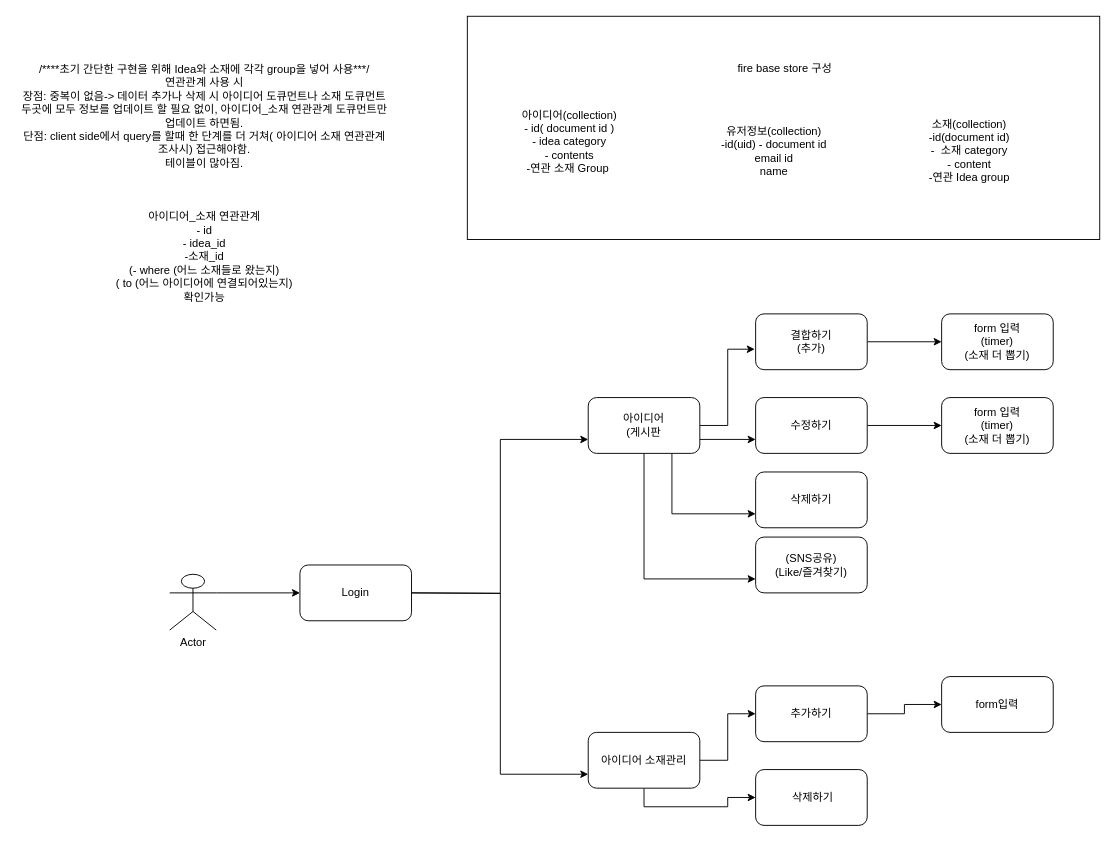
Before: UML.drawio in bsjeon87/brainStorm, a draw.io diagram. Source tidied: cells renumbered, new cells numbered last; positions are measured from the earlier drawing's top-left corner, leaving out a move shared by most shapes. Both pictures are drawn from the tidied source at 93%, with x=0, y=0 at pixel (16, 16).
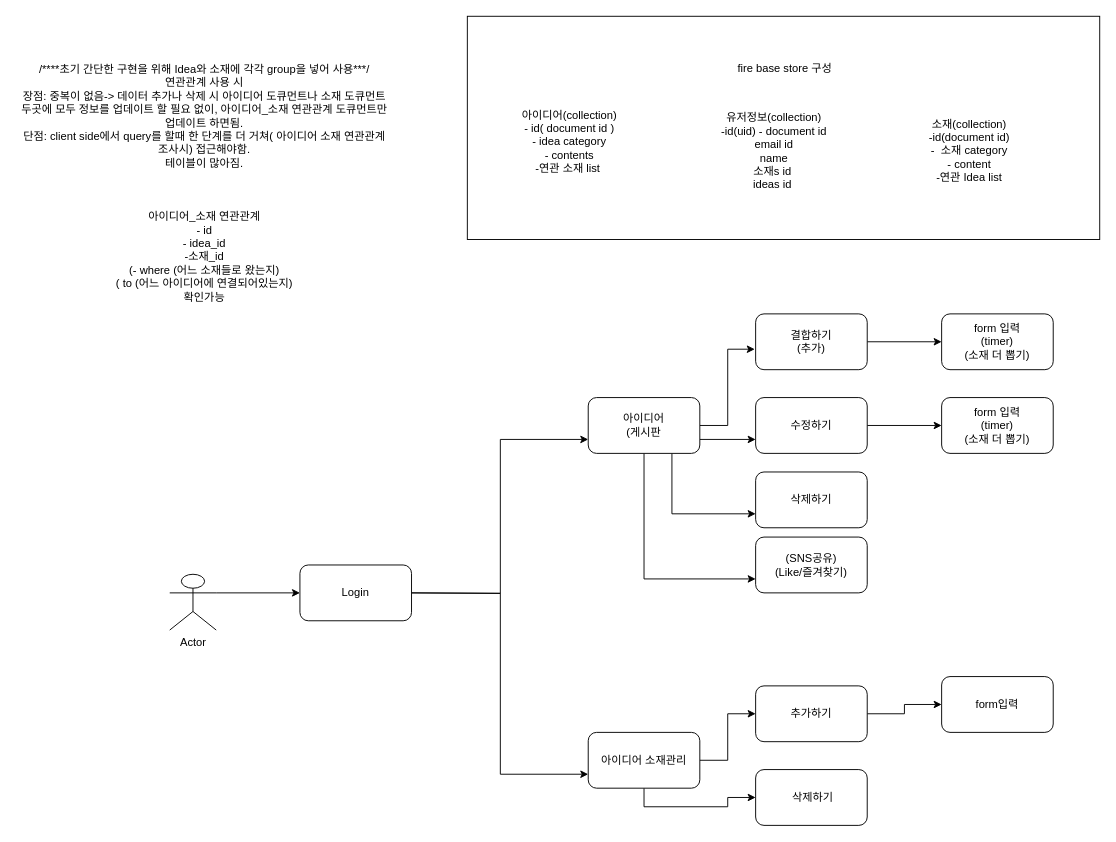
The same diagram, later.

Commit message:
updated firestore uml

The change refers to these unchanged cells:
```xml
<mxCell id="28" style="group;" parent="1" vertex="1">
  <mxGeometry x="485" width="680" height="240" as="geometry" />
</mxCell>
```

Change to the diagram source:
```diff
@@
-    <mxCell id="30" value="아이디어(collection)&lt;br&gt;- id( document id )&lt;br&gt;- idea category&lt;br&gt;- contents&lt;br&gt;-연관 소재 Group&amp;nbsp;" style="text;html=1;strokeColor=none;fillColor=none;align=center;verticalAlign=middle;whiteSpace=wrap;rounded=0;" parent="28" vertex="1">
+    <mxCell id="30" value="아이디어(collection)&lt;br&gt;- id( document id )&lt;br&gt;- idea category&lt;br&gt;- contents&lt;br&gt;-연관 소재 list&amp;nbsp;" style="text;html=1;strokeColor=none;fillColor=none;align=center;verticalAlign=middle;whiteSpace=wrap;rounded=0;" parent="28" vertex="1">
       <mxGeometry y="90" width="220" height="90" as="geometry" />
     </mxCell>
-    <mxCell id="31" value="소재(collection)&lt;br&gt;-id(document id)&lt;br&gt;-&amp;nbsp; 소재 category&lt;br&gt;- content&lt;br&gt;-연관 Idea group" style="text;html=1;strokeColor=none;fillColor=none;align=center;verticalAlign=middle;whiteSpace=wrap;rounded=0;" parent="28" vertex="1">
+    <mxCell id="31" value="소재(collection)&lt;br&gt;-id(document id)&lt;br&gt;-&amp;nbsp; 소재 category&lt;br&gt;- content&lt;br&gt;-연관 Idea list" style="text;html=1;strokeColor=none;fillColor=none;align=center;verticalAlign=middle;whiteSpace=wrap;rounded=0;" parent="28" vertex="1">
       <mxGeometry x="485" y="100" width="110" height="90" as="geometry" />
     </mxCell>
-    <mxCell id="32" value="유저정보(collection)&lt;br&gt;-id(uid) - document id&lt;br&gt;email id&lt;br&gt;name" style="text;html=1;strokeColor=none;fillColor=none;align=center;verticalAlign=middle;whiteSpace=wrap;rounded=0;" parent="28" vertex="1">
+    <mxCell id="32" value="유저정보(collection)&lt;br&gt;-id(uid) - document id&lt;br&gt;email id&lt;br&gt;name&lt;br&gt;소재s id&amp;nbsp;&lt;br&gt;ideas id&amp;nbsp;" style="text;html=1;strokeColor=none;fillColor=none;align=center;verticalAlign=middle;whiteSpace=wrap;rounded=0;" parent="28" vertex="1">
       <mxGeometry x="220" y="100" width="220" height="90" as="geometry" />
     </mxCell>
```
